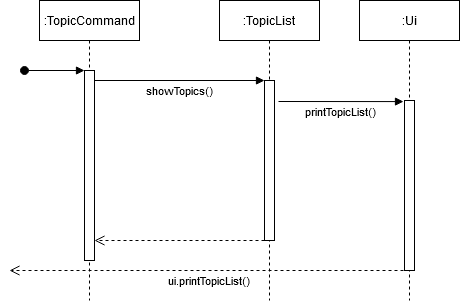
nus-cs2113-AY2021S1/tp keeps this draw.io diagram as docs/images/TopicListSampleSequence.png. Above is the earlier version. Source tidied: cells renumbered, new cells last; positions are measured from the earlier drawing's top-left corner, leaving out a move shared by most shapes.
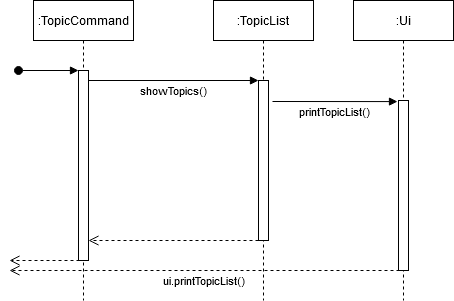
After the commit.

The edit, as a diff of the source:
```diff
@@ -43,9 +43,15 @@
     </mxCell>
     <mxCell id="12" value="ui.printTopicList()" style="verticalAlign=bottom;endArrow=open;dashed=1;endSize=8;exitX=0;exitY=0.95;shadow=0;strokeWidth=1;" parent="1" edge="1">
       <mxGeometry y="20" relative="1" as="geometry">
-        <mxPoint x="400" y="270" as="sourcePoint" />
-        <mxPoint y="270" as="targetPoint" />
+        <mxPoint x="396" y="270" as="sourcePoint" />
+        <mxPoint x="6" y="270" as="targetPoint" />
       </mxGeometry>
     </mxCell>
+    <mxCell id="13" style="verticalAlign=bottom;endArrow=open;dashed=1;endSize=8;shadow=0;strokeWidth=1;" parent="1" edge="1">
+      <mxGeometry y="20" relative="1" as="geometry">
+        <mxPoint x="76" y="260" as="sourcePoint" />
+        <mxPoint x="6" y="260" as="targetPoint" />
+      </mxGeometry>
+    </mxCell>
   </root>
 </mxGraphModel>
```
